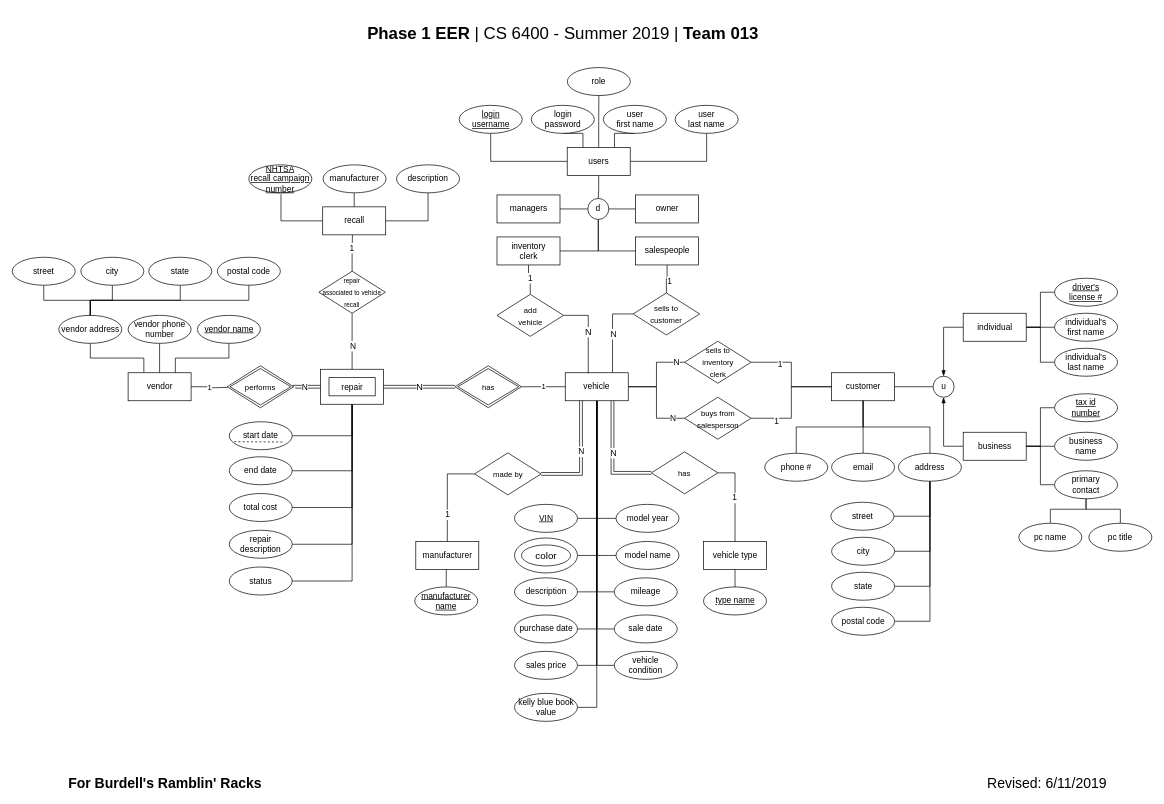
Before: phase_1/eer_draft.drawio in meetashok/cs6400-crud-app, a draw.io diagram. Source tidied: cells renumbered, new cells numbered last; positions are measured from the earlier drawing's top-left corner, leaving out a move shared by most shapes. Both pictures are drawn from the tidied source at 70%, with x=0, y=0 at pixel (12, 22).
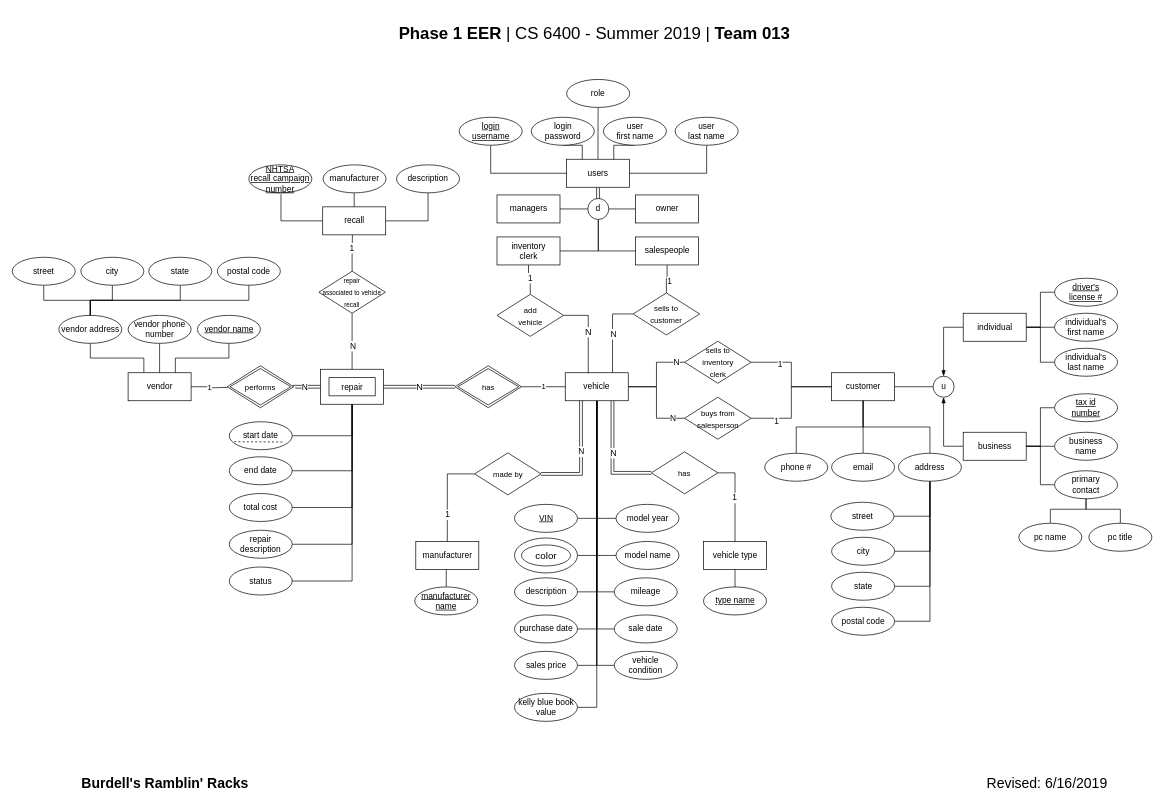
Above is the later version.

Unchanged cells that the change refers to:
```xml
<mxCell id="19" value="d" style="ellipse;whiteSpace=wrap;html=1;" parent="1" vertex="1">
  <mxGeometry x="822.2" y="251" width="30" height="30" as="geometry" />
</mxCell>
```

The edit, as a diff of the source:
```diff
@@
+    <mxCell id="9" style="edgeStyle=orthogonalEdgeStyle;shape=link;rounded=0;jettySize=auto;html=1;entryX=0.483;entryY=0.3;entryDx=0;entryDy=0;entryPerimeter=0;endArrow=none;endFill=0;" parent="1" edge="1" source="11" target="19">
+      <mxGeometry relative="1" as="geometry" />
+    </mxCell>
@@
-    <mxCell id="9" style="edgeStyle=orthogonalEdgeStyle;rounded=0;jettySize=auto;html=1;entryX=0.5;entryY=0;entryDx=0;entryDy=0;endArrow=none;endFill=0;" parent="1" edge="1" source="11" target="19">
-      <mxGeometry relative="1" as="geometry" />
-    </mxCell>
     <mxCell id="10" style="edgeStyle=orthogonalEdgeStyle;rounded=0;jettySize=auto;html=1;exitX=0.5;exitY=0;exitDx=0;exitDy=0;entryX=0.5;entryY=1;entryDx=0;entryDy=0;endArrow=none;endFill=0;" parent="1" edge="1" source="11" target="167">
-      <mxGeometry relative="1" as="geometry" />
+      <mxGeometry relative="1" as="geometry">
+        <Array as="points">
+          <mxPoint x="837" y="158" />
+        </Array>
+      </mxGeometry>
     </mxCell>
     <mxCell id="11" value="users&lt;br&gt;" style="rounded=0;whiteSpace=wrap;html=1;" parent="1" vertex="1">
-      <mxGeometry x="792.8" y="178" width="90" height="40" as="geometry" />
+      <mxGeometry x="791.8" y="195" width="90" height="40" as="geometry" />
     </mxCell>
@@
     <mxCell id="159" value="&lt;h1&gt;Phase 1 EER&lt;span style=&quot;font-weight: normal&quot;&gt; | CS 6400 - Summer 2019 | &lt;/span&gt;Team 013&lt;/h1&gt;" style="text;html=1;strokeColor=none;fillColor=none;spacing=5;spacingTop=-20;whiteSpace=wrap;overflow=hidden;rounded=0;align=center;verticalAlign=middle;" parent="1" vertex="1">
-      <mxGeometry x="416.5" width="740" height="50" as="geometry" />
+      <mxGeometry x="461.5" width="740" height="50" as="geometry" />
     </mxCell>
-    <mxCell id="160" value="Revised: 6/11/2019" style="text;html=1;strokeColor=none;fillColor=none;align=center;verticalAlign=middle;whiteSpace=wrap;rounded=0;fontSize=20;" parent="1" vertex="1">
+    <mxCell id="160" value="Revised: 6/16/2019" style="text;html=1;strokeColor=none;fillColor=none;align=center;verticalAlign=middle;whiteSpace=wrap;rounded=0;fontSize=20;" parent="1" vertex="1">
       <mxGeometry x="1364" y="1070" width="229" height="30" as="geometry" />
     </mxCell>
-    <mxCell id="161" value="For Burdell's Ramblin' Racks" style="text;html=1;strokeColor=none;fillColor=none;align=center;verticalAlign=middle;whiteSpace=wrap;rounded=0;fontSize=20;fontStyle=1;" parent="1" vertex="1">
+    <mxCell id="161" value="Burdell's Ramblin' Racks" style="text;html=1;strokeColor=none;fillColor=none;align=center;verticalAlign=middle;whiteSpace=wrap;rounded=0;fontSize=20;fontStyle=1;" parent="1" vertex="1">
       <mxGeometry x="40" y="1070" width="357" height="30" as="geometry" />
     </mxCell>
@@
     <mxCell id="163" value="user&lt;br&gt;last name&lt;br&gt;" style="ellipse;whiteSpace=wrap;html=1;" parent="1" vertex="1">
-      <mxGeometry x="947" y="118" width="90" height="40" as="geometry" />
+      <mxGeometry x="947" y="135" width="90" height="40" as="geometry" />
     </mxCell>
     <mxCell id="164" value="login&lt;br&gt;password" style="ellipse;whiteSpace=wrap;html=1;" parent="1" vertex="1">
-      <mxGeometry x="741.5" y="118" width="90" height="40" as="geometry" />
+      <mxGeometry x="741.5" y="135" width="90" height="40" as="geometry" />
     </mxCell>
     <mxCell id="165" value="&lt;u&gt;login&lt;br&gt;username&lt;/u&gt;" style="ellipse;whiteSpace=wrap;html=1;" parent="1" vertex="1">
-      <mxGeometry x="638.5" y="118" width="90" height="40" as="geometry" />
+      <mxGeometry x="638.5" y="135" width="90" height="40" as="geometry" />
     </mxCell>
     <mxCell id="166" value="user&lt;br&gt;first name&lt;br&gt;" style="ellipse;whiteSpace=wrap;html=1;" parent="1" vertex="1">
-      <mxGeometry x="844.5" y="118" width="90" height="40" as="geometry" />
+      <mxGeometry x="844.5" y="135" width="90" height="40" as="geometry" />
     </mxCell>
     <mxCell id="167" value="role&lt;br&gt;" style="ellipse;whiteSpace=wrap;html=1;" parent="1" vertex="1">
-      <mxGeometry x="793" y="64" width="90" height="40" as="geometry" />
+      <mxGeometry x="792" y="81" width="90" height="40" as="geometry" />
     </mxCell>
```
